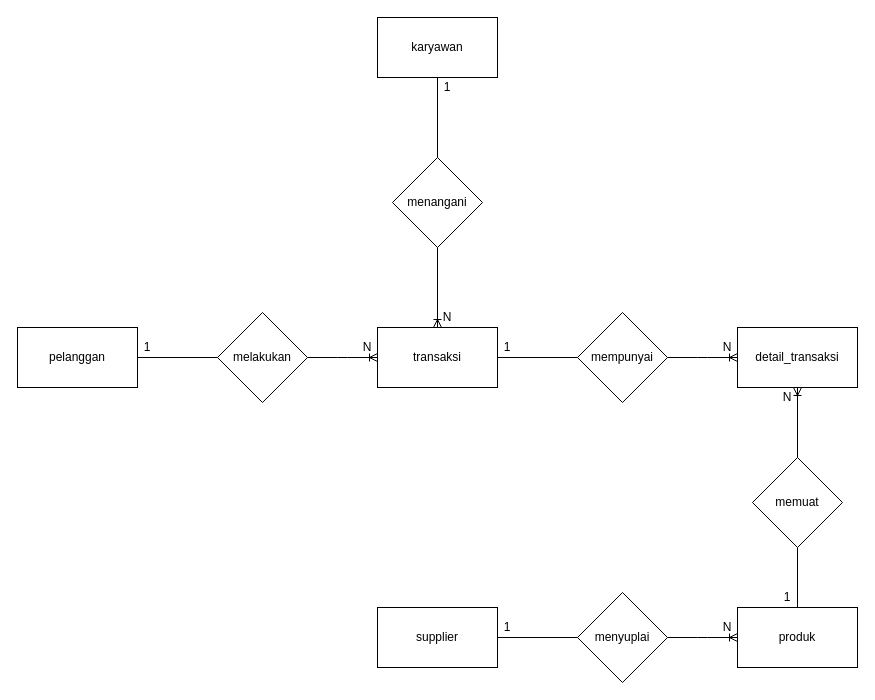
elikawicaksana/BuildIT_BasisData keeps this draw.io diagram as ERD_Supermarket.drawio. Above is the earlier version. Source tidied: cells renumbered, new cells numbered last; positions are measured from the earlier drawing's top-left corner, leaving out a move shared by most shapes. Both pictures are drawn from the tidied source at 100%, with x=0, y=0 at pixel (17, 17).
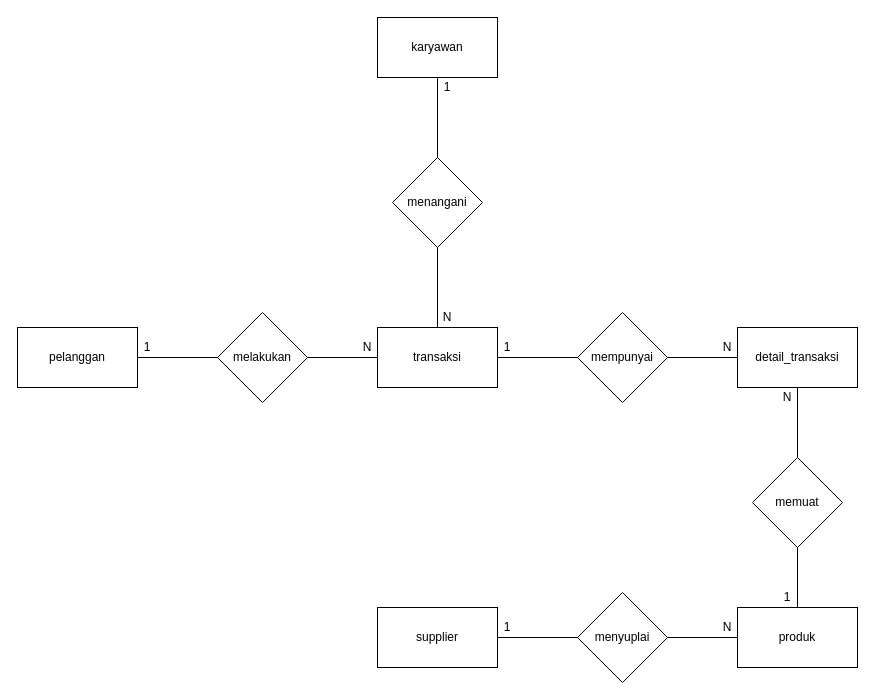
The same page after the edit.

Unchanged cells that the change refers to:
```xml
<mxCell id="3" value="melakukan" style="rhombus;whiteSpace=wrap;html=1;" parent="1" vertex="1">
  <mxGeometry x="200" y="295" width="90" height="90" as="geometry" />
</mxCell>
<mxCell id="4" value="transaksi" style="rounded=0;whiteSpace=wrap;html=1;" parent="1" vertex="1">
  <mxGeometry x="360" y="310" width="120" height="60" as="geometry" />
</mxCell>
<mxCell id="5" value="memuat" style="rhombus;whiteSpace=wrap;html=1;" parent="1" vertex="1">
  <mxGeometry x="735" y="440" width="90" height="90" as="geometry" />
</mxCell>
<mxCell id="6" value="mempunyai" style="rhombus;whiteSpace=wrap;html=1;" parent="1" vertex="1">
  <mxGeometry x="560" y="295" width="90" height="90" as="geometry" />
</mxCell>
<mxCell id="7" value="detail_transaksi" style="rounded=0;whiteSpace=wrap;html=1;" parent="1" vertex="1">
  <mxGeometry x="720" y="310" width="120" height="60" as="geometry" />
</mxCell>
<mxCell id="8" value="produk" style="rounded=0;whiteSpace=wrap;html=1;" parent="1" vertex="1">
  <mxGeometry x="720" y="590" width="120" height="60" as="geometry" />
</mxCell>
<mxCell id="9" value="menyuplai" style="rhombus;whiteSpace=wrap;html=1;" parent="1" vertex="1">
  <mxGeometry x="560" y="575" width="90" height="90" as="geometry" />
</mxCell>
<mxCell id="11" value="menangani" style="rhombus;whiteSpace=wrap;html=1;" parent="1" vertex="1">
  <mxGeometry x="375" y="140" width="90" height="90" as="geometry" />
</mxCell>
<mxCell id="21" value="N" style="text;html=1;align=center;verticalAlign=middle;whiteSpace=wrap;rounded=0;" parent="1" vertex="1">
  <mxGeometry x="700" y="320" width="20" height="20" as="geometry" />
</mxCell>
<mxCell id="22" value="N" style="text;html=1;align=center;verticalAlign=middle;whiteSpace=wrap;rounded=0;" parent="1" vertex="1">
  <mxGeometry x="420" y="290" width="20" height="20" as="geometry" />
</mxCell>
<mxCell id="26" value="N" style="text;html=1;align=center;verticalAlign=middle;whiteSpace=wrap;rounded=0;" parent="1" vertex="1">
  <mxGeometry x="700" y="600" width="20" height="20" as="geometry" />
</mxCell>
```

Change to the diagram source:
```diff
@@
-    <mxCell id="28" style="edgeStyle=entityRelationEdgeStyle;fontSize=12;html=1;endArrow=ERoneToMany;rounded=0;exitX=1;exitY=0.5;exitDx=0;exitDy=0;entryX=0;entryY=0.5;entryDx=0;entryDy=0;" parent="1" edge="1" source="3" target="4">
+    <mxCell id="28" style="endArrow=none;html=1;rounded=0;exitX=1;exitY=0.5;exitDx=0;exitDy=0;entryX=0;entryY=0.5;entryDx=0;entryDy=0;" parent="1" edge="1" source="3" target="4">
       <mxGeometry relative="1" as="geometry" />
     </mxCell>
+    <mxCell id="33" style="endArrow=none;html=1;rounded=0;entryX=0.5;entryY=1;entryDx=0;entryDy=0;exitX=0.5;exitY=0;exitDx=0;exitDy=0;" parent="1" edge="1" source="4" target="11">
+      <mxGeometry relative="1" as="geometry" />
+    </mxCell>
+    <mxCell id="34" style="endArrow=none;html=1;rounded=0;exitX=1;exitY=0.5;exitDx=0;exitDy=0;entryX=1;entryY=1;entryDx=0;entryDy=0;" parent="1" edge="1" source="9" target="26">
+      <mxGeometry relative="1" as="geometry" />
+    </mxCell>
-    <mxCell id="29" style="edgeStyle=entityRelationEdgeStyle;fontSize=12;html=1;endArrow=ERoneToMany;rounded=0;entryX=1;entryY=1;entryDx=0;entryDy=0;exitX=1;exitY=0.5;exitDx=0;exitDy=0;" parent="1" edge="1" source="6" target="21">
+    <mxCell id="29" style="endArrow=none;html=1;rounded=0;exitX=1;exitY=0.5;exitDx=0;exitDy=0;entryX=1;entryY=1;entryDx=0;entryDy=0;" parent="1" edge="1" source="6" target="21">
       <mxGeometry relative="1" as="geometry" />
     </mxCell>
-    <mxCell id="30" style="edgeStyle=entityRelationEdgeStyle;fontSize=12;html=1;endArrow=ERoneToMany;rounded=0;entryX=0;entryY=0.5;entryDx=0;entryDy=0;exitX=1;exitY=0.5;exitDx=0;exitDy=0;" parent="1" edge="1" source="9" target="8">
-      <mxGeometry relative="1" as="geometry" />
-    </mxCell>
-    <mxCell id="31" style="fontSize=12;html=1;endArrow=ERoneToMany;rounded=0;entryX=0;entryY=1;entryDx=0;entryDy=0;exitX=0.5;exitY=1;exitDx=0;exitDy=0;" parent="1" edge="1" source="11" target="22">
-      <mxGeometry relative="1" as="geometry" />
-    </mxCell>
-    <mxCell id="32" style="fontSize=12;html=1;endArrow=ERoneToMany;rounded=0;entryX=0.5;entryY=1;entryDx=0;entryDy=0;exitX=0.5;exitY=0;exitDx=0;exitDy=0;" parent="1" edge="1" source="5" target="7">
+    <mxCell id="32" style="endArrow=none;html=1;rounded=0;entryX=0.5;entryY=1;entryDx=0;entryDy=0;" parent="1" edge="1" source="5" target="7">
       <mxGeometry relative="1" as="geometry" />
     </mxCell>
```
